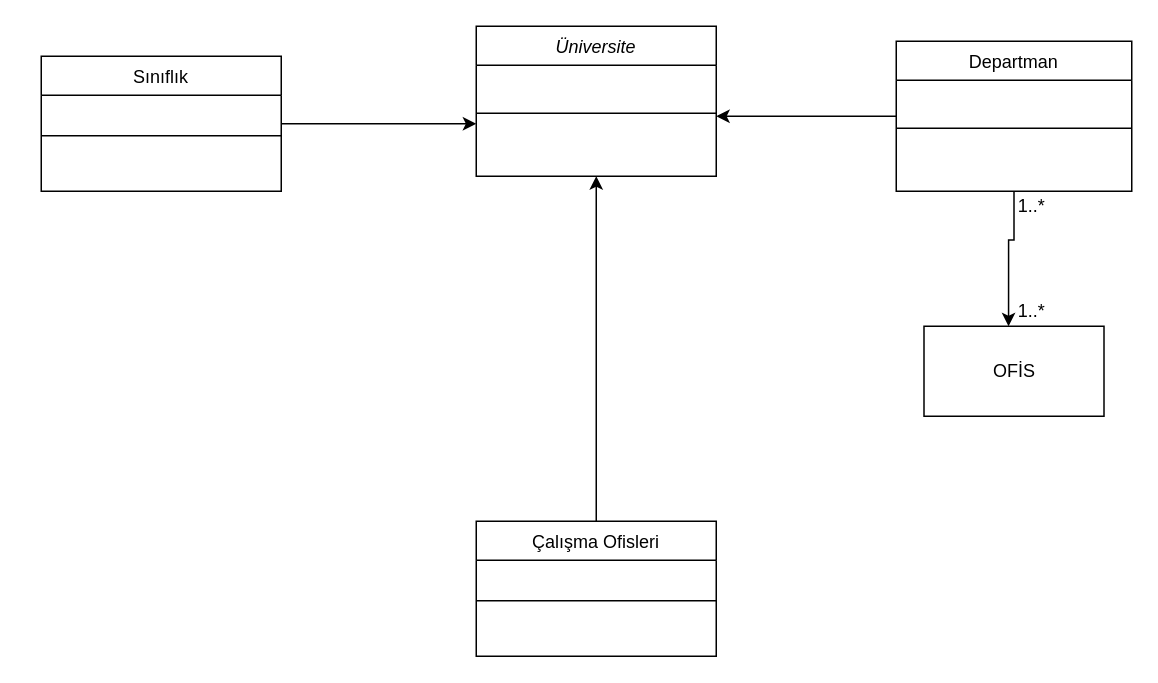
Earlier version of the draw.io diagram Untitled Diagram.drawio (mehmetfurkanakpinar/kodluyoruzilkrepo). Source tidied: cells renumbered, new cells numbered last; positions are measured from the earlier drawing's top-left corner, leaving out a move shared by most shapes. Both pictures are drawn from the tidied source at 150%, with x=0, y=0 at pixel (40, 26).
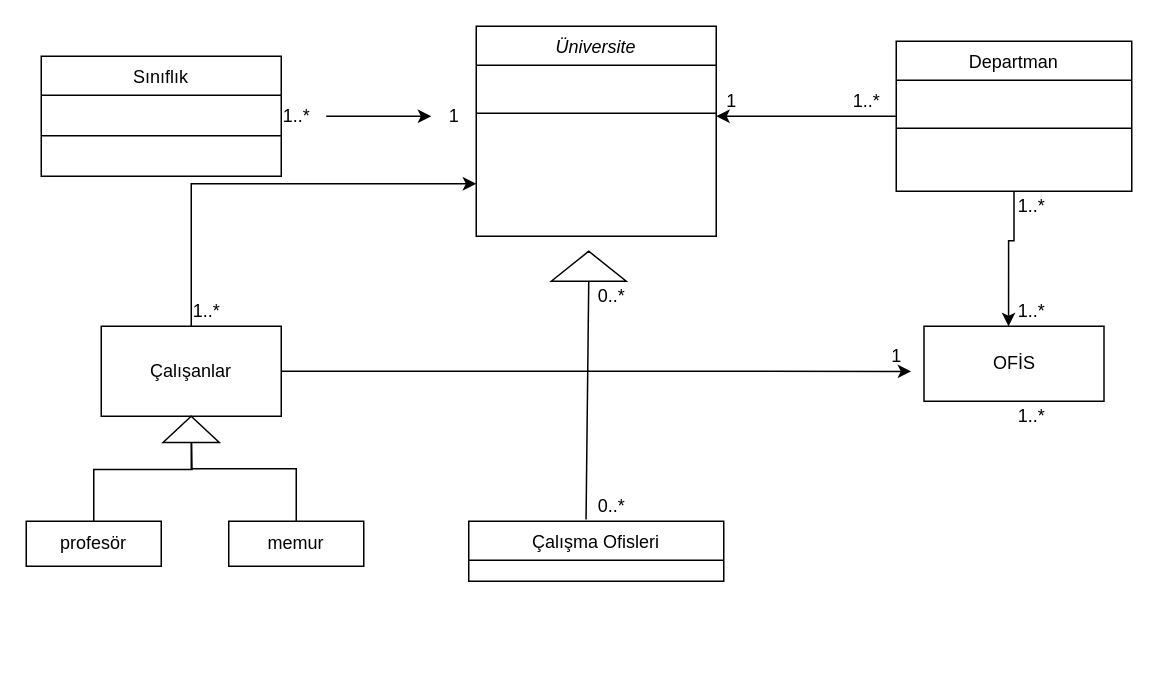
After the change.

Unchanged cells that the change refers to:
```xml
<mxCell id="12" value="Departman" style="swimlane;fontStyle=0;align=center;verticalAlign=top;horizontal=1;startSize=26;rounded=0;shadow=0;strokeWidth=1;" parent="1" vertex="1">
  <mxGeometry x="570" y="10" width="157" height="100" as="geometry" />
</mxCell>
<mxCell id="15" value="1..*" style="text;html=1;align=center;verticalAlign=middle;points=[];strokeColor=none;fillColor=none;" parent="1" vertex="1">
  <mxGeometry x="640" y="175" width="40" height="30" as="geometry" />
</mxCell>
```

What changed in the source:
```diff
@@
     <mxCell id="2" value="Üniversite" style="swimlane;fontStyle=2;align=center;verticalAlign=top;horizontal=1;startSize=26;rounded=0;shadow=0;strokeWidth=1;" parent="1" vertex="1">
-      <mxGeometry x="290" width="160" height="100" as="geometry" />
+      <mxGeometry x="290" width="160" height="140" as="geometry" />
     </mxCell>
@@
-    <mxCell id="4" style="edgeStyle=orthogonalEdgeStyle;rounded=0;jettySize=auto;html=1;exitX=1;exitY=0.5;exitDx=0;exitDy=0;" parent="1" edge="1" source="5">
-      <mxGeometry relative="1" as="geometry">
-        <mxPoint x="290" y="65" as="targetPoint" />
-      </mxGeometry>
-    </mxCell>
     <mxCell id="5" value="Sınıflık" style="swimlane;fontStyle=0;align=center;verticalAlign=top;horizontal=1;startSize=26;rounded=0;shadow=0;strokeWidth=1;fillColor=#FFFFFF;" parent="1" vertex="1">
-      <mxGeometry y="20" width="160" height="90" as="geometry" />
+      <mxGeometry y="20" width="160" height="80" as="geometry" />
     </mxCell>
@@
-    <mxCell id="7" style="edgeStyle=orthogonalEdgeStyle;rounded=0;jettySize=auto;html=1;exitX=0.5;exitY=0;exitDx=0;exitDy=0;entryX=0.5;entryY=1;entryDx=0;entryDy=0;" parent="1" edge="1" source="8" target="2">
-      <mxGeometry relative="1" as="geometry" />
-    </mxCell>
-    <mxCell id="8" value="Çalışma Ofisleri" style="swimlane;fontStyle=0;align=center;verticalAlign=top;horizontal=1;startSize=26;rounded=0;shadow=0;strokeWidth=1;" parent="1" vertex="1">
-      <mxGeometry x="290" y="330" width="160" height="90" as="geometry" />
+    <mxCell id="8" value="Çalışma Ofisleri" style="swimlane;fontStyle=0;align=center;verticalAlign=top;horizontal=1;startSize=26;rounded=0;shadow=0;strokeWidth=1;" parent="1" vertex="1" collapsed="1">
+      <mxGeometry x="285" y="330" width="170" height="40" as="geometry" />
     </mxCell>
-    <mxCell id="9" style="line;html=1;strokeWidth=1;align=left;verticalAlign=middle;spacingTop=-1;spacingLeft=3;spacingRight=3;labelPosition=right;" parent="8" vertex="1">
-      <mxGeometry y="26" width="160" height="54" as="geometry" />
-    </mxCell>
@@
     <mxCell id="11" style="edgeStyle=orthogonalEdgeStyle;rounded=0;jettySize=auto;html=1;exitX=0.5;exitY=1;exitDx=0;exitDy=0;entryX=0.122;entryY=0.833;entryDx=0;entryDy=0;entryPerimeter=0;" parent="1" edge="1" source="12" target="15">
-      <mxGeometry relative="1" as="geometry" />
+      <mxGeometry relative="1" as="geometry">
+        <Array as="points">
+          <mxPoint x="649" y="143" />
+          <mxPoint x="645" y="143" />
+        </Array>
+      </mxGeometry>
     </mxCell>
@@
     <mxCell id="14" value="OFİS" style="rounded=0;whiteSpace=wrap;html=1;fillColor=#FFFFFF;" parent="1" vertex="1">
-      <mxGeometry x="588.5" y="200" width="120" height="60" as="geometry" />
+      <mxGeometry x="588.5" y="200" width="120" height="50" as="geometry" />
     </mxCell>
@@
+    <mxCell id="17" value="1..*" style="text;html=1;align=center;verticalAlign=middle;strokeColor=none;fillColor=none;" parent="1" vertex="1">
+      <mxGeometry x="640" y="245" width="40" height="30" as="geometry" />
+    </mxCell>
+    <mxCell id="18" style="triangle;whiteSpace=wrap;html=1;direction=north;" parent="1" vertex="1">
+      <mxGeometry x="340" y="150" width="50" height="20" as="geometry" />
+    </mxCell>
+    <mxCell id="19" style="endArrow=none;html=1;rounded=0;exitX=0.46;exitY=-0.028;exitDx=0;exitDy=0;exitPerimeter=0;entryX=0;entryY=0.5;entryDx=0;entryDy=0;" parent="1" edge="1" source="8" target="18">
+      <mxGeometry relative="1" as="geometry" />
+    </mxCell>
+    <mxCell id="20" value="0..*" style="text;html=1;align=center;verticalAlign=middle;strokeColor=none;fillColor=none;" parent="1" vertex="1">
+      <mxGeometry x="360" y="165" width="40" height="30" as="geometry" />
+    </mxCell>
+    <mxCell id="21" value="0..*" style="text;html=1;align=center;verticalAlign=middle;strokeColor=none;fillColor=none;" parent="1" vertex="1">
+      <mxGeometry x="360" y="305" width="40" height="30" as="geometry" />
+    </mxCell>
+    <mxCell id="22" value="1" style="text;html=1;align=center;verticalAlign=middle;points=[];strokeColor=none;fillColor=none;" parent="1" vertex="1">
+      <mxGeometry x="260" y="45" width="30" height="30" as="geometry" />
+    </mxCell>
+    <mxCell id="23" style="edgeStyle=orthogonalEdgeStyle;rounded=0;jettySize=auto;html=1;" parent="1" edge="1" source="24" target="22">
+      <mxGeometry relative="1" as="geometry" />
+    </mxCell>
+    <mxCell id="24" value="1..*" style="text;html=1;align=center;verticalAlign=middle;points=[];strokeColor=none;fillColor=none;" parent="1" vertex="1">
+      <mxGeometry x="150" y="45" width="40" height="30" as="geometry" />
+    </mxCell>
+    <mxCell id="25" value="1..*" style="text;html=1;align=center;verticalAlign=middle;strokeColor=none;fillColor=none;" parent="1" vertex="1">
+      <mxGeometry x="530" y="35" width="40" height="30" as="geometry" />
+    </mxCell>
+    <mxCell id="26" value="1" style="text;html=1;align=center;verticalAlign=middle;strokeColor=none;fillColor=none;" parent="1" vertex="1">
+      <mxGeometry x="445" y="35" width="30" height="30" as="geometry" />
+    </mxCell>
+    <mxCell id="27" style="edgeStyle=orthogonalEdgeStyle;rounded=0;jettySize=auto;html=1;exitX=0.5;exitY=0;exitDx=0;exitDy=0;entryX=0;entryY=0.75;entryDx=0;entryDy=0;" parent="1" edge="1" source="29" target="2">
+      <mxGeometry relative="1" as="geometry" />
+    </mxCell>
+    <mxCell id="28" style="edgeStyle=orthogonalEdgeStyle;rounded=0;jettySize=auto;html=1;exitX=1;exitY=0.5;exitDx=0;exitDy=0;" parent="1" edge="1" source="29">
+      <mxGeometry relative="1" as="geometry">
+        <mxPoint x="580" y="230.1" as="targetPoint" />
+      </mxGeometry>
+    </mxCell>
+    <mxCell id="29" value="Çalışanlar" style="rounded=0;whiteSpace=wrap;html=1;" parent="1" vertex="1">
+      <mxGeometry x="40" y="200" width="120" height="60" as="geometry" />
+    </mxCell>
+    <mxCell id="30" value="1" style="text;html=1;align=center;verticalAlign=middle;strokeColor=none;fillColor=none;" parent="1" vertex="1">
+      <mxGeometry x="555" y="205" width="30" height="30" as="geometry" />
+    </mxCell>
+    <mxCell id="31" value="1..*" style="text;html=1;align=center;verticalAlign=middle;strokeColor=none;fillColor=none;" parent="1" vertex="1">
+      <mxGeometry x="90" y="175" width="40" height="30" as="geometry" />
+    </mxCell>
+    <mxCell id="32" style="edgeStyle=orthogonalEdgeStyle;rounded=0;jettySize=auto;html=1;exitX=0.5;exitY=0;exitDx=0;exitDy=0;entryX=0.5;entryY=1;entryDx=0;entryDy=0;" parent="1" edge="1" source="33" target="29">
+      <mxGeometry relative="1" as="geometry" />
+    </mxCell>
+    <mxCell id="33" value="memur" style="rounded=0;whiteSpace=wrap;html=1;" parent="1" vertex="1">
+      <mxGeometry x="125" y="330" width="90" height="30" as="geometry" />
+    </mxCell>
+    <mxCell id="34" style="edgeStyle=orthogonalEdgeStyle;rounded=0;jettySize=auto;html=1;exitX=0.5;exitY=0;exitDx=0;exitDy=0;" parent="1" edge="1" source="35">
+      <mxGeometry relative="1" as="geometry">
+        <mxPoint x="100" y="260" as="targetPoint" />
+      </mxGeometry>
+    </mxCell>
+    <mxCell id="35" value="profesör" style="rounded=0;whiteSpace=wrap;html=1;" parent="1" vertex="1">
+      <mxGeometry x="-10" y="330" width="90" height="30" as="geometry" />
+    </mxCell>
+    <mxCell id="36" style="triangle;whiteSpace=wrap;html=1;direction=north;" parent="1" vertex="1">
+      <mxGeometry x="81.2" y="260" width="37.5" height="17.5" as="geometry" />
+    </mxCell>
```
